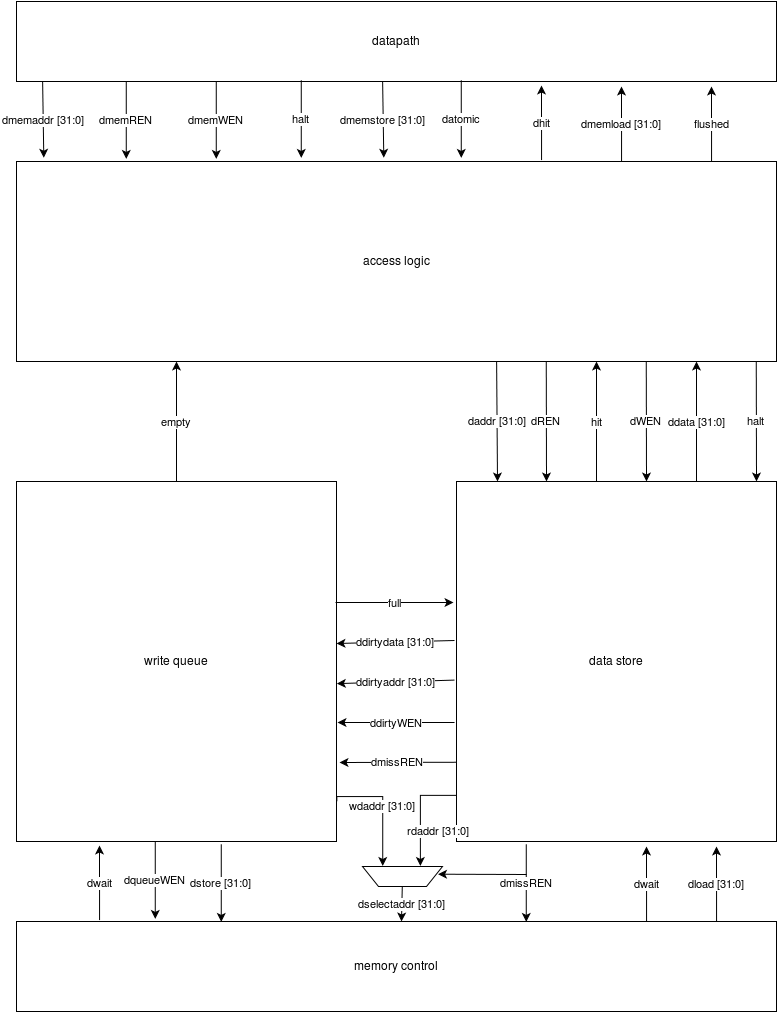
Before: dcache.png, a diagram exported from draw.io (JusticeWarrior/Processors). Source tidied: cells renumbered, new cells last; positions are measured from the earlier drawing's top-left corner, leaving out a move shared by most shapes. The source it was exported from:
```xml
<mxGraphModel background="#ffffff">
  <root>
    <mxCell id="0" />
    <mxCell id="1" parent="0" />
    <mxCell id="2" value="datapath" style="whiteSpace=wrap;html=1;" parent="1" vertex="1">
      <mxGeometry width="760" height="80" as="geometry" />
    </mxCell>
    <mxCell id="3" value="access logic&lt;br&gt;" style="whiteSpace=wrap;html=1;" parent="1" vertex="1">
      <mxGeometry y="160" width="760" height="200" as="geometry" />
    </mxCell>
    <mxCell id="4" value="data store&lt;br&gt;" style="whiteSpace=wrap;html=1;" parent="1" vertex="1">
      <mxGeometry x="440" y="480" width="320" height="360" as="geometry" />
    </mxCell>
    <mxCell id="5" value="write queue&lt;br&gt;" style="whiteSpace=wrap;html=1;" parent="1" vertex="1">
      <mxGeometry y="480" width="320" height="360" as="geometry" />
    </mxCell>
    <mxCell id="6" value="memory control&lt;br&gt;" style="whiteSpace=wrap;html=1;" parent="1" vertex="1">
      <mxGeometry y="920" width="760" height="90" as="geometry" />
    </mxCell>
    <mxCell id="7" value="dmemaddr [31:0]" style="endArrow=classic;html=1;exitX=0.121;exitY=0.997;exitPerimeter=0;entryX=0.123;entryY=-0.019;entryPerimeter=0;" parent="1" edge="1">
      <mxGeometry relative="1" as="geometry">
        <mxPoint x="26.1" y="79.8" as="sourcePoint" />
        <mxPoint x="27.3" y="156.2" as="targetPoint" />
      </mxGeometry>
    </mxCell>
    <mxCell id="8" value="dmemREN" style="endArrow=classic;html=1;exitX=0.197;exitY=1;exitPerimeter=0;entryX=0.197;entryY=-0.013;entryPerimeter=0;" parent="1" edge="1">
      <mxGeometry relative="1" as="geometry">
        <mxPoint x="109.8" y="79.8" as="sourcePoint" />
        <mxPoint x="109.8" y="157.4" as="targetPoint" />
      </mxGeometry>
    </mxCell>
    <mxCell id="9" value="halt" style="endArrow=classic;html=1;exitX=0.197;exitY=1;exitPerimeter=0;entryX=0.197;entryY=-0.013;entryPerimeter=0;" parent="1" edge="1">
      <mxGeometry x="324.8" y="118.8" as="geometry">
        <mxPoint x="284.8" y="78.8" as="sourcePoint" />
        <mxPoint x="284.8" y="156.4" as="targetPoint" />
      </mxGeometry>
    </mxCell>
    <mxCell id="10" value="dhit" style="endArrow=classic;html=1;exitX=0.77;exitY=-0.007;exitPerimeter=0;" parent="1" edge="1">
      <mxGeometry x="564.8" y="116.8" as="geometry">
        <mxPoint x="525.1" y="158.6" as="sourcePoint" />
        <mxPoint x="525" y="84" as="targetPoint" />
      </mxGeometry>
    </mxCell>
    <mxCell id="11" value="dmemload [31:0]&lt;br&gt;" style="endArrow=classic;html=1;exitX=0.77;exitY=-0.007;exitPerimeter=0;" parent="1" edge="1">
      <mxGeometry x="644.8" y="117.8" as="geometry">
        <mxPoint x="605.1" y="159.6" as="sourcePoint" />
        <mxPoint x="605" y="85" as="targetPoint" />
      </mxGeometry>
    </mxCell>
    <mxCell id="12" value="dmemWEN" style="endArrow=classic;html=1;exitX=0.197;exitY=1;exitPerimeter=0;entryX=0.197;entryY=-0.013;entryPerimeter=0;" parent="1" edge="1">
      <mxGeometry x="239.8" y="119.8" as="geometry">
        <mxPoint x="199.8" y="79.8" as="sourcePoint" />
        <mxPoint x="199.8" y="157.4" as="targetPoint" />
      </mxGeometry>
    </mxCell>
    <mxCell id="13" value="dmemstore [31:0]" style="endArrow=classic;html=1;exitX=0.121;exitY=0.997;exitPerimeter=0;entryX=0.123;entryY=-0.019;entryPerimeter=0;" parent="1" edge="1">
      <mxGeometry x="406.1" y="119.8" as="geometry">
        <mxPoint x="366.1" y="79.8" as="sourcePoint" />
        <mxPoint x="367.3" y="156.2" as="targetPoint" />
      </mxGeometry>
    </mxCell>
    <mxCell id="14" value="datomic" style="endArrow=classic;html=1;exitX=0.197;exitY=1;exitPerimeter=0;entryX=0.197;entryY=-0.013;entryPerimeter=0;" parent="1" edge="1">
      <mxGeometry x="484.8" y="118.8" as="geometry">
        <mxPoint x="444.8" y="78.8" as="sourcePoint" />
        <mxPoint x="444.8" y="156.4" as="targetPoint" />
      </mxGeometry>
    </mxCell>
    <mxCell id="15" value="flushed" style="endArrow=classic;html=1;exitX=0.77;exitY=-0.007;exitPerimeter=0;" parent="1" edge="1">
      <mxGeometry x="734.8" y="117.8" as="geometry">
        <mxPoint x="695.1" y="159.6" as="sourcePoint" />
        <mxPoint x="695" y="85" as="targetPoint" />
      </mxGeometry>
    </mxCell>
    <mxCell id="16" value="dmissREN" style="endArrow=classic;html=1;exitX=0.197;exitY=1;exitPerimeter=0;entryX=0.197;entryY=-0.013;entryPerimeter=0;" parent="1" edge="1">
      <mxGeometry x="549.8" y="882.8" as="geometry">
        <mxPoint x="509.8" y="842.8" as="sourcePoint" />
        <mxPoint x="509.8" y="920.4" as="targetPoint" />
      </mxGeometry>
    </mxCell>
    <mxCell id="17" value="dqueueWEN&lt;br&gt;" style="endArrow=classic;html=1;exitX=0.197;exitY=1;exitPerimeter=0;entryX=0.197;entryY=-0.013;entryPerimeter=0;" parent="1" edge="1">
      <mxGeometry x="178.8" y="879.8" as="geometry">
        <mxPoint x="138.8" y="839.8" as="sourcePoint" />
        <mxPoint x="138.8" y="917.4" as="targetPoint" />
      </mxGeometry>
    </mxCell>
    <mxCell id="18" value="dstore [31:0]&lt;br&gt;" style="endArrow=classic;html=1;exitX=0.197;exitY=1;exitPerimeter=0;entryX=0.197;entryY=-0.013;entryPerimeter=0;" parent="1" edge="1">
      <mxGeometry x="244.8" y="882.8" as="geometry">
        <mxPoint x="204.8" y="842.8" as="sourcePoint" />
        <mxPoint x="204.8" y="920.4" as="targetPoint" />
      </mxGeometry>
    </mxCell>
    <mxCell id="19" value="dselectaddr [31:0]&lt;br&gt;" style="endArrow=classic;html=1;" parent="1" edge="1" source="25">
      <mxGeometry x="424.8" y="879.8" as="geometry">
        <mxPoint x="385" y="920" as="targetPoint" />
      </mxGeometry>
    </mxCell>
    <mxCell id="20" value="dwait" style="endArrow=classic;html=1;exitX=0.77;exitY=-0.007;exitPerimeter=0;" parent="1" edge="1">
      <mxGeometry x="669.8" y="877.8" as="geometry">
        <mxPoint x="630.1" y="919.6" as="sourcePoint" />
        <mxPoint x="630" y="845" as="targetPoint" />
      </mxGeometry>
    </mxCell>
    <mxCell id="21" value="dload [31:0]&lt;br&gt;" style="endArrow=classic;html=1;exitX=0.77;exitY=-0.007;exitPerimeter=0;" parent="1" edge="1">
      <mxGeometry x="739.8" y="877.8" as="geometry">
        <mxPoint x="700.1" y="919.6" as="sourcePoint" />
        <mxPoint x="700" y="845" as="targetPoint" />
      </mxGeometry>
    </mxCell>
    <mxCell id="22" value="daddr [31:0]" style="endArrow=classic;html=1;exitX=0.121;exitY=0.997;exitPerimeter=0;entryX=0.158;entryY=-0.001;entryPerimeter=0;" parent="1" edge="1">
      <mxGeometry x="520.1" y="399.8" as="geometry">
        <mxPoint x="480.1" y="359.8" as="sourcePoint" />
        <mxPoint x="481" y="480" as="targetPoint" />
      </mxGeometry>
    </mxCell>
    <mxCell id="23" value="dREN" style="endArrow=classic;html=1;exitX=0.197;exitY=1;exitPerimeter=0;entryX=0.312;entryY=0;entryPerimeter=0;" parent="1" edge="1">
      <mxGeometry x="569.8" y="399.8" as="geometry">
        <mxPoint x="529.8" y="359.8" as="sourcePoint" />
        <mxPoint x="530" y="480" as="targetPoint" />
      </mxGeometry>
    </mxCell>
    <mxCell id="24" value="hit" style="endArrow=classic;html=1;exitX=0.469;exitY=0;exitPerimeter=0;" parent="1" edge="1">
      <mxGeometry x="619.8" y="392.8" as="geometry">
        <mxPoint x="580" y="480" as="sourcePoint" />
        <mxPoint x="580" y="360" as="targetPoint" />
      </mxGeometry>
    </mxCell>
    <mxCell id="25" style="shape=trapezoid;whiteSpace=wrap;html=1;rotation=180;" parent="1" vertex="1">
      <mxGeometry x="346" y="865" width="80" height="20" as="geometry" />
    </mxCell>
    <mxCell id="26" value="wdaddr [31:0]&lt;br&gt;" style="edgeStyle=segmentEdgeStyle;endArrow=classic;html=1;entryX=0.75;entryY=1;rounded=0;" parent="1" edge="1" target="25">
      <mxGeometry relative="1" as="geometry">
        <mxPoint x="320" y="800" as="sourcePoint" />
        <Array as="points">
          <mxPoint x="366" y="795" />
        </Array>
      </mxGeometry>
    </mxCell>
    <mxCell id="27" value="rdaddr [31:0]&lt;br&gt;" style="edgeStyle=segmentEdgeStyle;endArrow=classic;html=1;entryX=0.75;entryY=1;rounded=0;exitX=0.002;exitY=0.872;exitPerimeter=0;" parent="1" edge="1" source="4">
      <mxGeometry x="396.7" y="834.7" as="geometry">
        <mxPoint x="403.3" y="864.7" as="targetPoint" />
        <Array as="points">
          <mxPoint x="403" y="794" />
        </Array>
      </mxGeometry>
    </mxCell>
    <mxCell id="28" style="endArrow=classic;html=1;entryX=0.058;entryY=0.6;entryPerimeter=0;" parent="1" edge="1" target="25">
      <mxGeometry relative="1" as="geometry">
        <mxPoint x="510" y="873" as="sourcePoint" />
      </mxGeometry>
    </mxCell>
    <mxCell id="29" value="dwait" style="endArrow=classic;html=1;exitX=0.77;exitY=-0.007;exitPerimeter=0;" parent="1" edge="1">
      <mxGeometry x="122.8" y="876.8" as="geometry">
        <mxPoint x="83.1" y="918.6" as="sourcePoint" />
        <mxPoint x="83" y="844" as="targetPoint" />
      </mxGeometry>
    </mxCell>
    <mxCell id="30" value="dmissREN" style="endArrow=classic;html=1;exitX=0.197;exitY=1;exitPerimeter=0;entryX=1.009;entryY=0.667;entryPerimeter=0;" parent="1" edge="1">
      <mxGeometry x="479.8" y="800.8" as="geometry">
        <mxPoint x="439.8" y="760.8" as="sourcePoint" />
        <mxPoint x="323" y="761" as="targetPoint" />
      </mxGeometry>
    </mxCell>
    <mxCell id="31" value="dWEN" style="endArrow=classic;html=1;exitX=0.197;exitY=1;exitPerimeter=0;entryX=0.312;entryY=0;entryPerimeter=0;" parent="1" edge="1">
      <mxGeometry x="669.8" y="399.8" as="geometry">
        <mxPoint x="629.8" y="359.8" as="sourcePoint" />
        <mxPoint x="630" y="480" as="targetPoint" />
      </mxGeometry>
    </mxCell>
    <mxCell id="32" value="ddirtyWEN" style="endArrow=classic;html=1;" parent="1" edge="1">
      <mxGeometry x="680.8" y="439.8" as="geometry">
        <mxPoint x="438" y="721" as="sourcePoint" />
        <mxPoint x="321" y="721" as="targetPoint" />
      </mxGeometry>
    </mxCell>
    <mxCell id="33" value="ddirtyaddr [31:0]" style="endArrow=classic;html=1;exitX=-0.006;exitY=0.553;exitPerimeter=0;entryX=1;entryY=0.561;entryPerimeter=0;" parent="1" edge="1" source="4" target="5">
      <mxGeometry x="385.1" y="579.8" as="geometry" />
    </mxCell>
    <mxCell id="34" value="ddirtydata [31:0]" style="endArrow=classic;html=1;exitX=-0.006;exitY=0.553;exitPerimeter=0;entryX=1;entryY=0.561;entryPerimeter=0;" parent="1" edge="1">
      <mxGeometry x="385.1" y="539.8" as="geometry">
        <mxPoint x="438" y="639" as="sourcePoint" />
        <mxPoint x="320" y="642" as="targetPoint" />
      </mxGeometry>
    </mxCell>
    <mxCell id="35" value="ddata [31:0]&lt;br&gt;" style="endArrow=classic;html=1;exitX=0.469;exitY=0;exitPerimeter=0;" parent="1" edge="1">
      <mxGeometry x="719.8" y="392.8" as="geometry">
        <mxPoint x="680" y="480" as="sourcePoint" />
        <mxPoint x="680" y="360" as="targetPoint" />
      </mxGeometry>
    </mxCell>
    <mxCell id="36" value="empty" style="endArrow=classic;html=1;exitX=0.469;exitY=0;exitPerimeter=0;" parent="1" edge="1">
      <mxGeometry x="199.8" y="392.8" as="geometry">
        <mxPoint x="160" y="480" as="sourcePoint" />
        <mxPoint x="160" y="360" as="targetPoint" />
      </mxGeometry>
    </mxCell>
    <mxCell id="37" value="full" style="endArrow=classic;html=1;exitX=0.997;exitY=0.344;exitPerimeter=0;entryX=-0.009;entryY=0.344;entryPerimeter=0;" parent="1" edge="1">
      <mxGeometry x="385.1" y="496.8" as="geometry">
        <mxPoint x="319" y="601" as="sourcePoint" />
        <mxPoint x="437" y="601" as="targetPoint" />
      </mxGeometry>
    </mxCell>
    <mxCell id="38" value="halt" style="endArrow=classic;html=1;exitX=0.197;exitY=1;exitPerimeter=0;entryX=0.312;entryY=0;entryPerimeter=0;" parent="1" edge="1">
      <mxGeometry x="779.8" y="399.8" as="geometry">
        <mxPoint x="739.8" y="359.8" as="sourcePoint" />
        <mxPoint x="740" y="480" as="targetPoint" />
      </mxGeometry>
    </mxCell>
  </root>
</mxGraphModel>
```
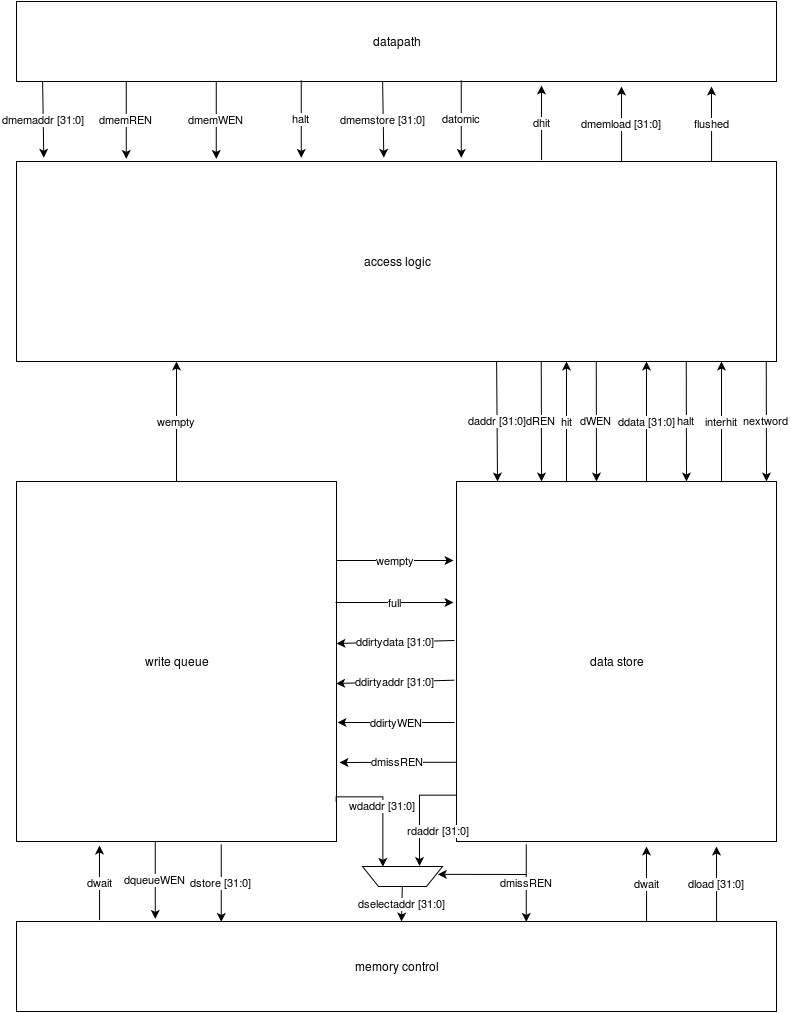
Later version of the same file.

Commit message:
added some changes to the block diagram

Diff of the diagram source:
```diff
@@ -113,15 +113,15 @@
       </mxGeometry>
     </mxCell>
     <mxCell id="23" value="dREN" style="endArrow=classic;html=1;exitX=0.197;exitY=1;exitPerimeter=0;entryX=0.312;entryY=0;entryPerimeter=0;" parent="1" edge="1">
-      <mxGeometry x="569.8" y="399.8" as="geometry">
-        <mxPoint x="529.8" y="359.8" as="sourcePoint" />
-        <mxPoint x="530" y="480" as="targetPoint" />
+      <mxGeometry x="564.8" y="399.8" as="geometry">
+        <mxPoint x="524.8" y="359.8" as="sourcePoint" />
+        <mxPoint x="525" y="480" as="targetPoint" />
       </mxGeometry>
     </mxCell>
     <mxCell id="24" value="hit" style="endArrow=classic;html=1;exitX=0.469;exitY=0;exitPerimeter=0;" parent="1" edge="1">
-      <mxGeometry x="619.8" y="392.8" as="geometry">
-        <mxPoint x="580" y="480" as="sourcePoint" />
-        <mxPoint x="580" y="360" as="targetPoint" />
+      <mxGeometry x="589.8" y="392.8" as="geometry">
+        <mxPoint x="550" y="480" as="sourcePoint" />
+        <mxPoint x="550" y="360" as="targetPoint" />
       </mxGeometry>
     </mxCell>
     <mxCell id="25" style="shape=trapezoid;whiteSpace=wrap;html=1;rotation=180;" parent="1" vertex="1">
@@ -161,9 +161,9 @@
       </mxGeometry>
     </mxCell>
     <mxCell id="31" value="dWEN" style="endArrow=classic;html=1;exitX=0.197;exitY=1;exitPerimeter=0;entryX=0.312;entryY=0;entryPerimeter=0;" parent="1" edge="1">
-      <mxGeometry x="669.8" y="399.8" as="geometry">
-        <mxPoint x="629.8" y="359.8" as="sourcePoint" />
-        <mxPoint x="630" y="480" as="targetPoint" />
+      <mxGeometry x="619.8" y="399.8" as="geometry">
+        <mxPoint x="579.8" y="359.8" as="sourcePoint" />
+        <mxPoint x="580" y="480" as="targetPoint" />
       </mxGeometry>
     </mxCell>
     <mxCell id="32" value="ddirtyWEN" style="endArrow=classic;html=1;" parent="1" edge="1">
@@ -182,12 +182,12 @@
       </mxGeometry>
     </mxCell>
     <mxCell id="35" value="ddata [31:0]&lt;br&gt;" style="endArrow=classic;html=1;exitX=0.469;exitY=0;exitPerimeter=0;" parent="1" edge="1">
-      <mxGeometry x="719.8" y="392.8" as="geometry">
-        <mxPoint x="680" y="480" as="sourcePoint" />
-        <mxPoint x="680" y="360" as="targetPoint" />
+      <mxGeometry x="669.8" y="392.8" as="geometry">
+        <mxPoint x="630" y="480" as="sourcePoint" />
+        <mxPoint x="630" y="360" as="targetPoint" />
       </mxGeometry>
     </mxCell>
-    <mxCell id="36" value="empty" style="endArrow=classic;html=1;exitX=0.469;exitY=0;exitPerimeter=0;" parent="1" edge="1">
+    <mxCell id="36" value="wempty" style="endArrow=classic;html=1;exitX=0.469;exitY=0;exitPerimeter=0;" parent="1" edge="1">
       <mxGeometry x="199.8" y="392.8" as="geometry">
         <mxPoint x="160" y="480" as="sourcePoint" />
         <mxPoint x="160" y="360" as="targetPoint" />
@@ -200,10 +200,28 @@
       </mxGeometry>
     </mxCell>
     <mxCell id="38" value="halt" style="endArrow=classic;html=1;exitX=0.197;exitY=1;exitPerimeter=0;entryX=0.312;entryY=0;entryPerimeter=0;" parent="1" edge="1">
-      <mxGeometry x="779.8" y="399.8" as="geometry">
-        <mxPoint x="739.8" y="359.8" as="sourcePoint" />
-        <mxPoint x="740" y="480" as="targetPoint" />
+      <mxGeometry x="709.8" y="399.8" as="geometry">
+        <mxPoint x="669.8" y="359.8" as="sourcePoint" />
+        <mxPoint x="670" y="480" as="targetPoint" />
       </mxGeometry>
     </mxCell>
+    <mxCell id="39" value="wempty" style="endArrow=classic;html=1;exitX=0.469;exitY=0;exitPerimeter=0;" parent="1" edge="1">
+      <mxGeometry x="359.8" y="471.8" as="geometry">
+        <mxPoint x="320" y="559" as="sourcePoint" />
+        <mxPoint x="437" y="559" as="targetPoint" />
+      </mxGeometry>
+    </mxCell>
+    <mxCell id="40" value="nextword" style="endArrow=classic;html=1;exitX=0.197;exitY=1;exitPerimeter=0;entryX=0.312;entryY=0;entryPerimeter=0;" parent="1" edge="1">
+      <mxGeometry x="789.8" y="399.8" as="geometry">
+        <mxPoint x="749.8" y="359.8" as="sourcePoint" />
+        <mxPoint x="750" y="480" as="targetPoint" />
+      </mxGeometry>
+    </mxCell>
+    <mxCell id="41" value="interhit" style="endArrow=classic;html=1;exitX=0.469;exitY=0;exitPerimeter=0;" parent="1" edge="1">
+      <mxGeometry x="744.8" y="392.8" as="geometry">
+        <mxPoint x="705" y="480" as="sourcePoint" />
+        <mxPoint x="705" y="360" as="targetPoint" />
+      </mxGeometry>
+    </mxCell>
   </root>
 </mxGraphModel>
```
